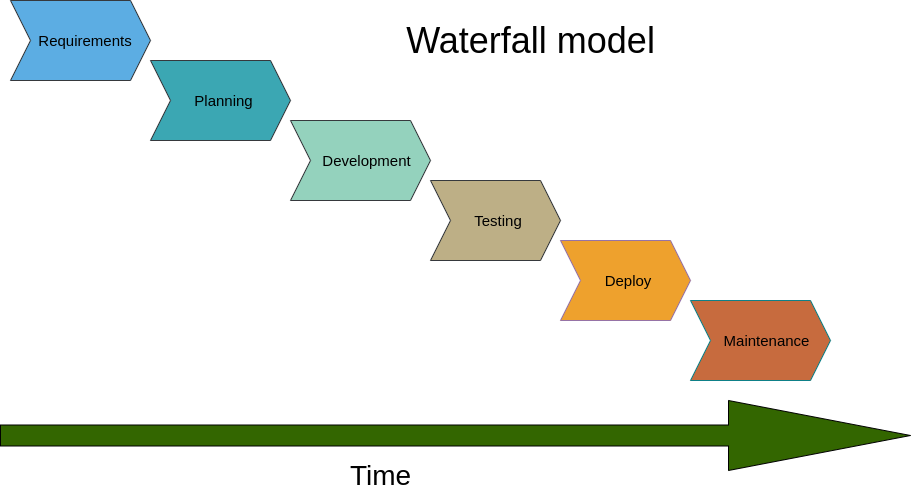
The draw.io diagram fig/34_requrements_waterfall.png in ShrRa/python-intermediate-development, before a commit. Source tidied: cells renumbered, new cells last; positions are measured from the earlier drawing's top-left corner, leaving out a move shared by most shapes.
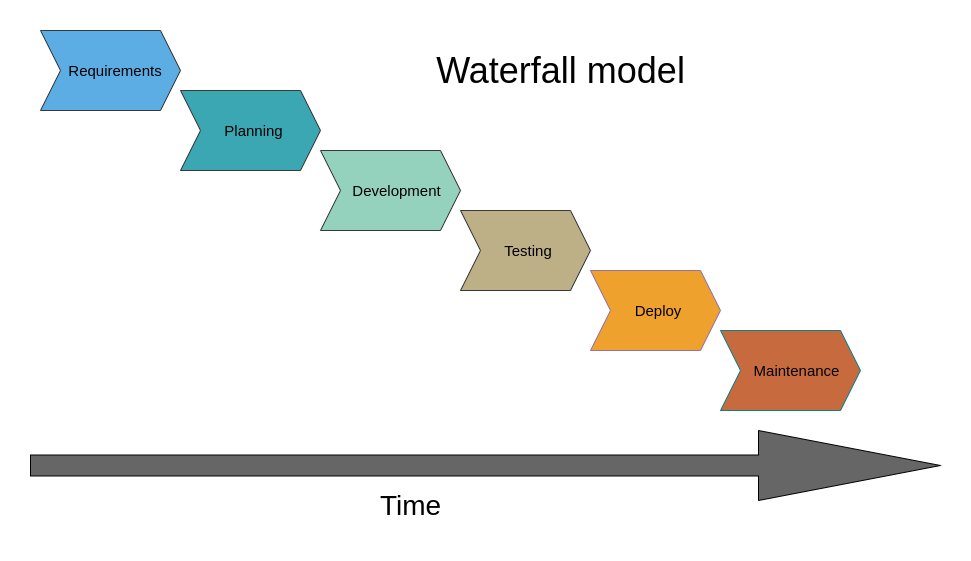
After the commit.

What changed in the source:
```diff
@@ -20,7 +20,7 @@
     <mxCell id="7" value="Maintenance" style="shape=step;perimeter=stepPerimeter;whiteSpace=wrap;html=1;fixedSize=1;rounded=0;labelBackgroundColor=none;fillColor=#C76B3E;strokeColor=#0e8088;spacingLeft=13;fillStyle=auto;fontSize=15;" parent="1" vertex="1">
       <mxGeometry x="690" y="300" width="140" height="80" as="geometry" />
     </mxCell>
-    <mxCell id="8" style="shape=singleArrow;whiteSpace=wrap;html=1;fontColor=#FFFFFF;labelBackgroundColor=none;fillColor=#336600;" parent="1" vertex="1">
+    <mxCell id="8" style="shape=singleArrow;whiteSpace=wrap;html=1;fontColor=#FFFFFF;labelBackgroundColor=none;fillColor=#666666;" parent="1" vertex="1">
       <mxGeometry y="400" width="910" height="70" as="geometry" />
     </mxCell>
     <mxCell id="9" value="&lt;font style=&quot;font-size: 28px;&quot;&gt;Time&lt;/font&gt;" style="text;html=1;align=center;verticalAlign=middle;strokeColor=none;fillColor=none;" parent="1" vertex="1">
```
